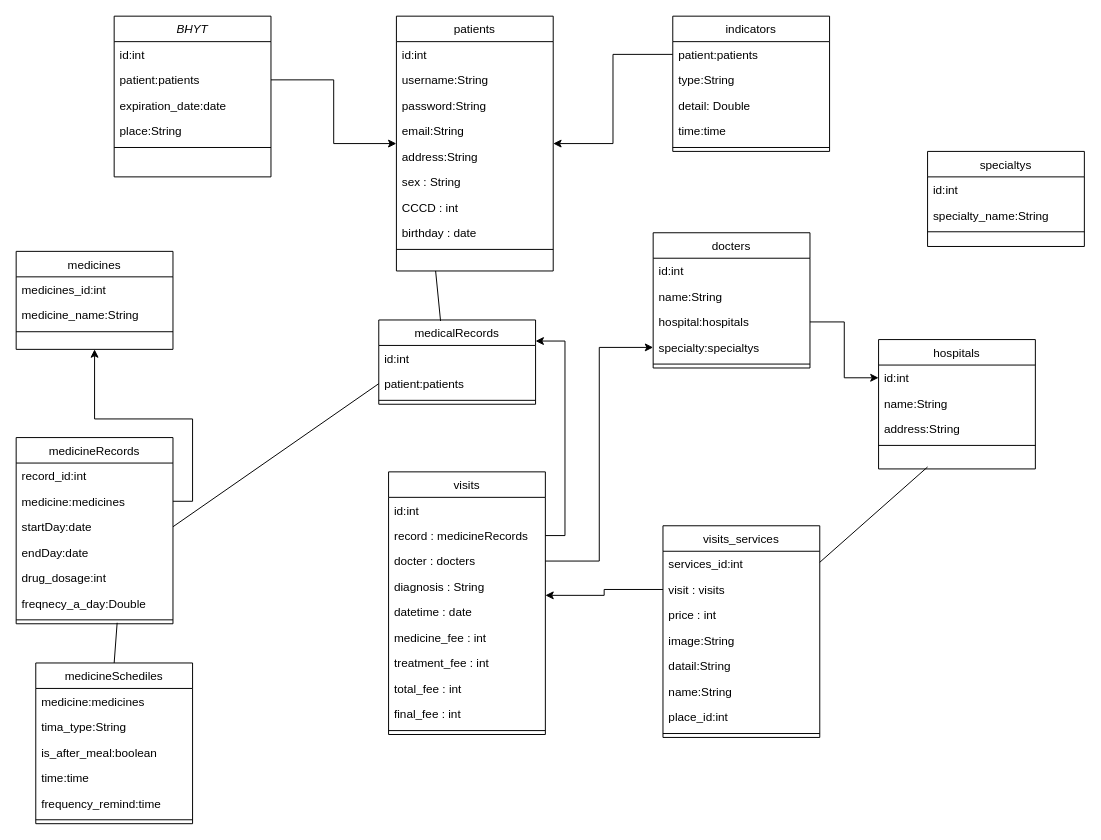
hunga1999/tesst keeps this draw.io diagram as Untitled Diagram.drawio. Above is the earlier version. Source tidied: cells renumbered, new cells numbered last; positions are measured from the earlier drawing's top-left corner, leaving out a move shared by most shapes. Both pictures are drawn from the tidied source at 98%, with x=0, y=0 at pixel (16, 16).
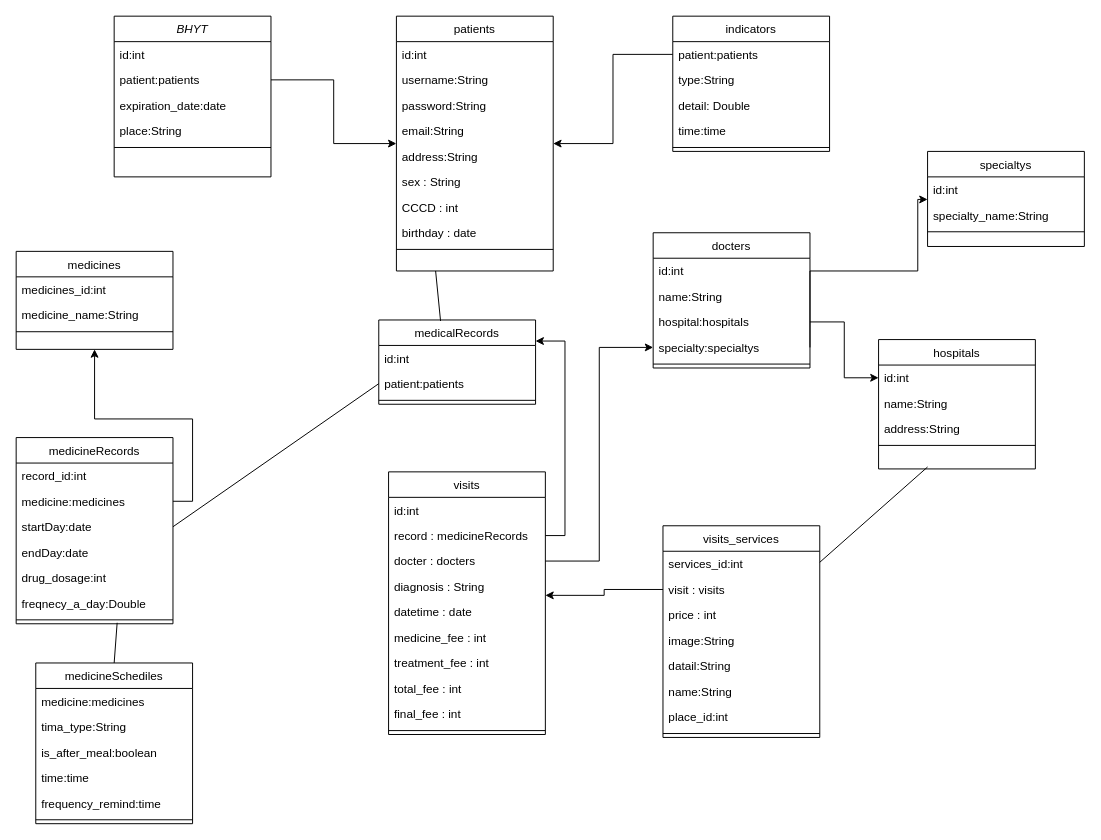
The same diagram, later.

Unchanged cells that the change refers to:
```xml
<mxCell id="58" value="specialtys" style="swimlane;fontStyle=0;align=center;verticalAlign=top;horizontal=1;startSize=26;rounded=0;shadow=0;strokeWidth=1;" parent="1" vertex="1">
  <mxGeometry x="930" y="138" width="160" height="97" as="geometry" />
</mxCell>
<mxCell id="66" value="specialty:specialtys" style="text;align=left;verticalAlign=top;spacingLeft=4;spacingRight=4;overflow=hidden;points=[[0,0.5],[1,0.5]];portConstraint=eastwest;" parent="62" vertex="1">
  <mxGeometry y="104" width="160" height="26" as="geometry" />
</mxCell>
```

Diff of the diagram source:
```diff
@@
+    <mxCell id="93" style="edgeStyle=orthogonalEdgeStyle;rounded=0;jettySize=auto;html=1;exitX=1;exitY=0.5;exitDx=0;exitDy=0;" parent="1" edge="1" source="66" target="58">
+      <mxGeometry relative="1" as="geometry">
+        <Array as="points">
+          <mxPoint x="810" y="260" />
+          <mxPoint x="920" y="260" />
+          <mxPoint x="920" y="187" />
+        </Array>
+      </mxGeometry>
+    </mxCell>
```
